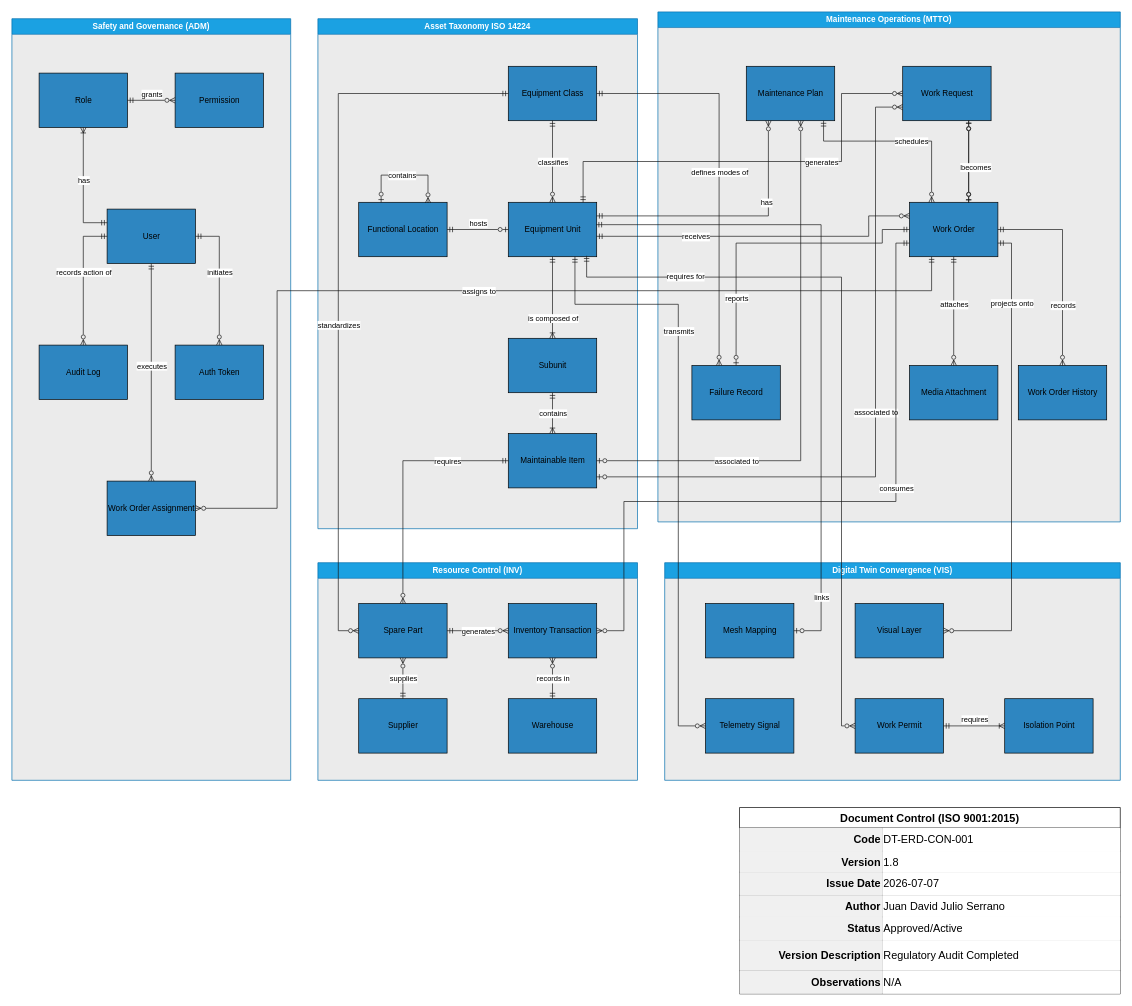
Novav20/adso-dteam-docs keeps this draw.io diagram as domain-models/entity-relationship/DT-ERD-CON-001.drawio. Above is the earlier version. Source tidied: cells renumbered, new cells numbered last; positions are measured from the earlier drawing's top-left corner, leaving out a move shared by most shapes. Both pictures are drawn from the tidied source at 68%, with x=0, y=0 at pixel (12, 12).
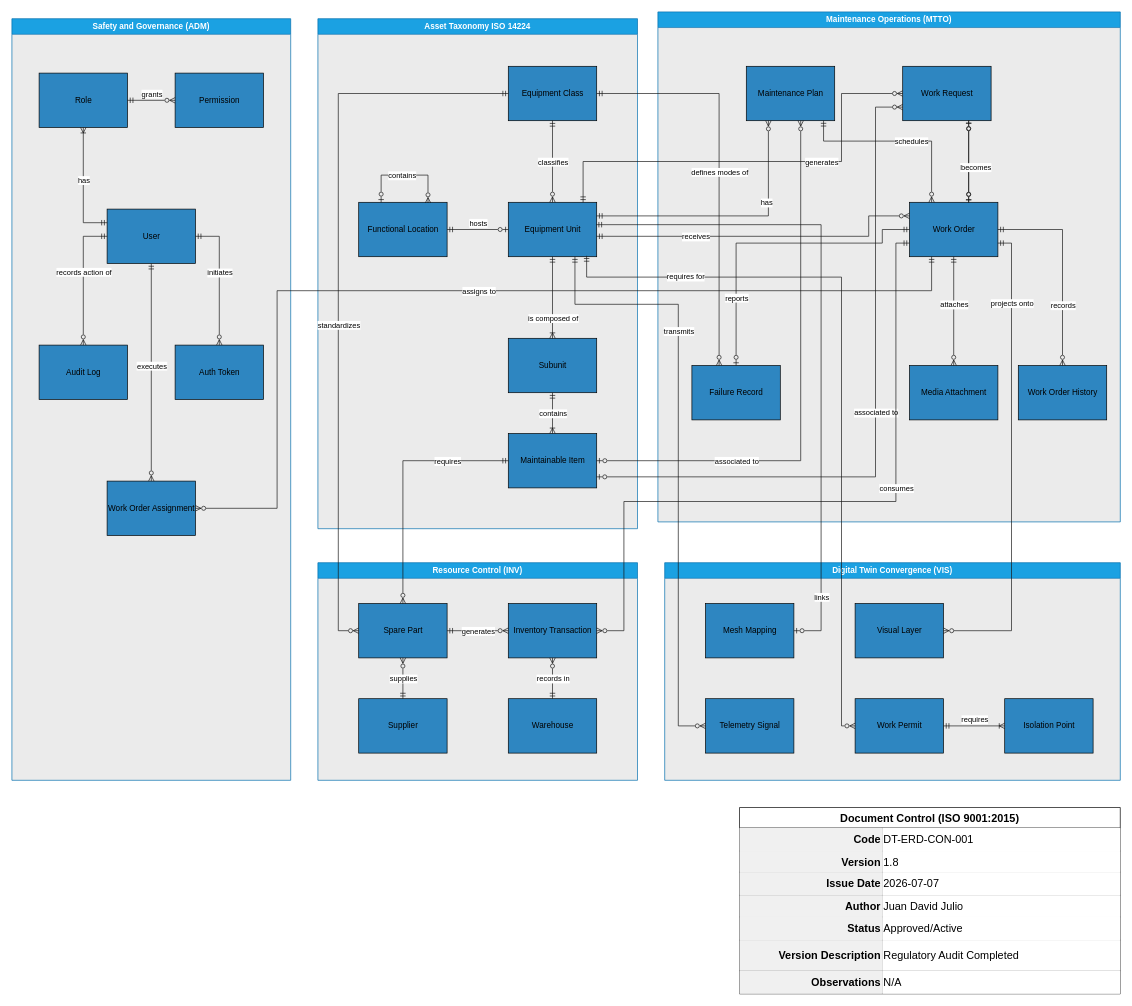
After the change.

The change refers to these unchanged cells:
```xml
<mxCell id="111" style="shape=tableRow;horizontal=0;startSize=0;swimlaneHead=0;swimlaneBody=0;strokeColor=inherit;top=0;left=0;bottom=0;right=0;fillColor=none;fontSize=16;" parent="101" vertex="1">
  <mxGeometry y="129" width="560" height="32" as="geometry" />
</mxCell>
```

What changed in the source:
```diff
@@
-    <mxCell id="113" value="Juan David Julio Serrano" style="shape=partialRectangle;html=1;whiteSpace=wrap;strokeColor=inherit;overflow=hidden;fillColor=default;top=0;left=0;bottom=0;right=0;fontSize=16;align=left;" parent="111" vertex="1">
+    <mxCell id="113" value="Juan David Julio" style="shape=partialRectangle;html=1;whiteSpace=wrap;strokeColor=inherit;overflow=hidden;fillColor=default;top=0;left=0;bottom=0;right=0;fontSize=16;align=left;" parent="111" vertex="1">
       <mxGeometry x="210" width="350" height="32" as="geometry" />
     </mxCell>
```
